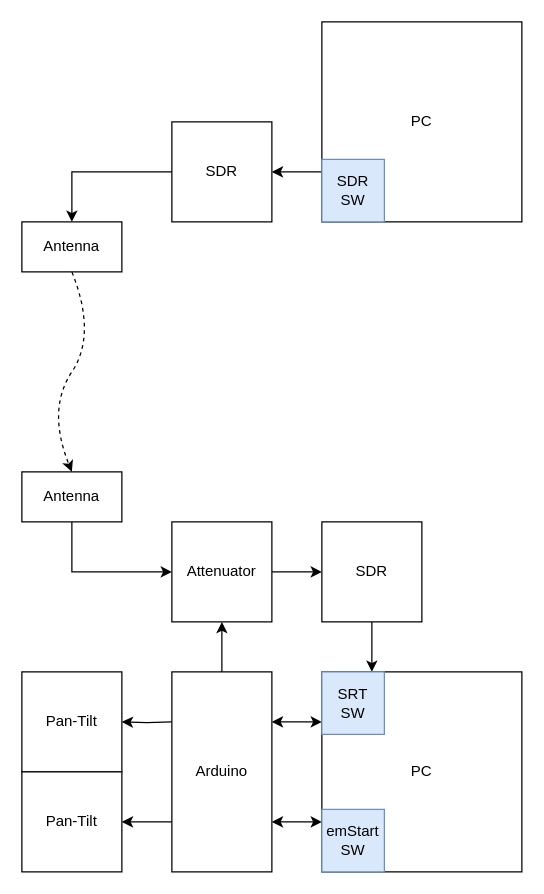
Before: docs/diagrams/bd.drawio in MatthewEGasper/emStart, a draw.io diagram. Source tidied: cells renumbered, new cells numbered last; positions are measured from the earlier drawing's top-left corner, leaving out a move shared by most shapes. Both pictures are drawn from the tidied source at 125%, with x=0, y=0 at pixel (21, 21).
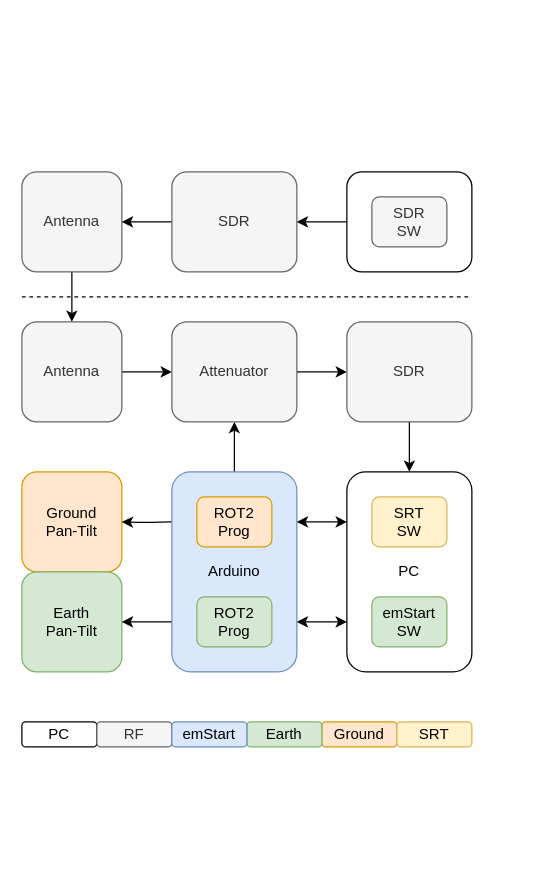
After the change.

Diff of the diagram source:
```diff
@@
-    <mxCell id="2" style="edgeStyle=orthogonalEdgeStyle;rounded=0;jettySize=auto;html=1;exitX=0.5;exitY=0;exitDx=0;exitDy=0;entryX=0.5;entryY=1;entryDx=0;entryDy=0;fontStyle=0;" parent="1" edge="1" source="21" target="16">
+    <mxCell id="2" style="edgeStyle=orthogonalEdgeStyle;rounded=1;jettySize=auto;html=1;exitX=0.5;exitY=0;exitDx=0;exitDy=0;entryX=0.5;entryY=1;entryDx=0;entryDy=0;fontStyle=0;" parent="1" edge="1" source="21" target="16">
       <mxGeometry relative="1" as="geometry" />
     </mxCell>
-    <mxCell id="3" style="edgeStyle=orthogonalEdgeStyle;rounded=0;jettySize=auto;html=1;exitX=0;exitY=0.25;exitDx=0;exitDy=0;entryX=1;entryY=0.5;entryDx=0;entryDy=0;strokeWidth=1;startArrow=classic;startFill=1;" parent="1" edge="1" source="5">
-      <mxGeometry relative="1" as="geometry">
-        <mxPoint x="200" y="560" as="targetPoint" />
-      </mxGeometry>
-    </mxCell>
-    <mxCell id="4" style="edgeStyle=orthogonalEdgeStyle;rounded=0;jettySize=auto;html=1;exitX=0;exitY=0.75;exitDx=0;exitDy=0;entryX=1;entryY=0.75;entryDx=0;entryDy=0;startArrow=classic;startFill=1;" parent="1" edge="1" source="5" target="21">
-      <mxGeometry relative="1" as="geometry" />
-    </mxCell>
-    <mxCell id="5" value="PC" style="rounded=0;whiteSpace=wrap;html=1;fontStyle=0;" parent="1" vertex="1">
-      <mxGeometry x="240" y="520" width="160" height="160" as="geometry" />
+    <mxCell id="5" value="PC" style="rounded=1;whiteSpace=wrap;html=1;fontStyle=0;" parent="1" vertex="1">
+      <mxGeometry x="260" y="360" width="100" height="160" as="geometry" />
     </mxCell>
-    <mxCell id="6" value="Pan-Tilt" style="rounded=0;whiteSpace=wrap;html=1;fontStyle=0;" parent="1" vertex="1">
-      <mxGeometry y="520" width="80" height="80" as="geometry" />
+    <mxCell id="6" value="Ground&lt;br&gt;Pan-Tilt" style="rounded=1;whiteSpace=wrap;html=1;fontStyle=0;fillColor=#ffe6cc;strokeColor=#d79b00;" parent="1" vertex="1">
+      <mxGeometry y="360" width="80" height="80" as="geometry" />
     </mxCell>
-    <mxCell id="7" value="Pan-Tilt" style="rounded=0;whiteSpace=wrap;html=1;fontStyle=0;" parent="1" vertex="1">
-      <mxGeometry y="600" width="80" height="80" as="geometry" />
+    <mxCell id="7" value="Earth&lt;br&gt;Pan-Tilt" style="rounded=1;whiteSpace=wrap;html=1;fontStyle=0;fillColor=#d5e8d4;strokeColor=#82b366;" parent="1" vertex="1">
+      <mxGeometry y="440" width="80" height="80" as="geometry" />
     </mxCell>
-    <mxCell id="8" style="rounded=0;jettySize=auto;html=1;exitX=0.5;exitY=1;exitDx=0;exitDy=0;entryX=0;entryY=0.5;entryDx=0;entryDy=0;fontStyle=0;edgeStyle=orthogonalEdgeStyle;" parent="1" edge="1" source="9" target="16">
-      <mxGeometry relative="1" as="geometry">
-        <Array as="points">
-          <mxPoint x="40" y="440" />
-        </Array>
-      </mxGeometry>
+    <mxCell id="8" style="edgeStyle=orthogonalEdgeStyle;rounded=1;jettySize=auto;html=1;exitX=1;exitY=0.5;exitDx=0;exitDy=0;entryX=0;entryY=0.5;entryDx=0;entryDy=0;" parent="1" edge="1" source="9" target="16">
+      <mxGeometry relative="1" as="geometry" />
     </mxCell>
-    <mxCell id="9" value="Antenna" style="rounded=0;whiteSpace=wrap;html=1;fontStyle=0;" parent="1" vertex="1">
-      <mxGeometry y="360" width="80" height="40" as="geometry" />
+    <mxCell id="9" value="Antenna" style="rounded=1;whiteSpace=wrap;html=1;fontStyle=0;fillColor=#f5f5f5;fontColor=#333333;strokeColor=#666666;" parent="1" vertex="1">
+      <mxGeometry y="240" width="80" height="80" as="geometry" />
     </mxCell>
+    <mxCell id="22" style="edgeStyle=orthogonalEdgeStyle;rounded=1;jettySize=auto;html=1;exitX=0.5;exitY=1;exitDx=0;exitDy=0;entryX=0.5;entryY=0;entryDx=0;entryDy=0;" parent="1" edge="1" source="10" target="9">
+      <mxGeometry relative="1" as="geometry" />
+    </mxCell>
-    <mxCell id="10" value="Antenna" style="rounded=0;whiteSpace=wrap;html=1;fontStyle=0;" parent="1" vertex="1">
-      <mxGeometry y="160" width="80" height="40" as="geometry" />
+    <mxCell id="10" value="Antenna" style="rounded=1;whiteSpace=wrap;html=1;fontStyle=0;fillColor=#f5f5f5;fontColor=#333333;strokeColor=#666666;" parent="1" vertex="1">
+      <mxGeometry y="120" width="80" height="80" as="geometry" />
     </mxCell>
-    <mxCell id="11" style="edgeStyle=orthogonalEdgeStyle;rounded=0;jettySize=auto;html=1;exitX=0;exitY=0.75;exitDx=0;exitDy=0;entryX=1;entryY=0.5;entryDx=0;entryDy=0;fontStyle=0;" parent="1" edge="1" source="12" target="14">
-      <mxGeometry relative="1" as="geometry" />
-    </mxCell>
-    <mxCell id="12" value="PC" style="rounded=0;whiteSpace=wrap;html=1;fontStyle=0;" parent="1" vertex="1">
-      <mxGeometry x="240" width="160" height="160" as="geometry" />
+    <mxCell id="12" style="rounded=1;whiteSpace=wrap;html=1;fontStyle=0;" parent="1" vertex="1">
+      <mxGeometry x="260" y="120" width="100" height="80" as="geometry" />
     </mxCell>
-    <mxCell id="13" style="edgeStyle=orthogonalEdgeStyle;rounded=0;jettySize=auto;html=1;exitX=0;exitY=0.5;exitDx=0;exitDy=0;entryX=0.5;entryY=0;entryDx=0;entryDy=0;fontStyle=0;" parent="1" edge="1" source="14" target="10">
+    <mxCell id="13" style="edgeStyle=orthogonalEdgeStyle;rounded=1;jettySize=auto;html=1;exitX=0;exitY=0.5;exitDx=0;exitDy=0;entryX=1;entryY=0.5;entryDx=0;entryDy=0;" parent="1" edge="1" source="14" target="10">
       <mxGeometry relative="1" as="geometry" />
     </mxCell>
-    <mxCell id="14" value="SDR" style="rounded=0;whiteSpace=wrap;html=1;fontStyle=0;" parent="1" vertex="1">
-      <mxGeometry x="120" y="80" width="80" height="80" as="geometry" />
+    <mxCell id="14" value="SDR" style="rounded=1;whiteSpace=wrap;html=1;fontStyle=0;fillColor=#f5f5f5;fontColor=#333333;strokeColor=#666666;" parent="1" vertex="1">
+      <mxGeometry x="120" y="120" width="100" height="80" as="geometry" />
     </mxCell>
-    <mxCell id="15" style="edgeStyle=orthogonalEdgeStyle;rounded=0;jettySize=auto;html=1;exitX=1;exitY=0.5;exitDx=0;exitDy=0;entryX=0;entryY=0.5;entryDx=0;entryDy=0;startArrow=none;startFill=0;strokeWidth=1;" parent="1" edge="1" source="16" target="18">
+    <mxCell id="15" style="edgeStyle=orthogonalEdgeStyle;rounded=1;jettySize=auto;html=1;exitX=1;exitY=0.5;exitDx=0;exitDy=0;entryX=0;entryY=0.5;entryDx=0;entryDy=0;startArrow=none;startFill=0;strokeWidth=1;" parent="1" edge="1" source="16" target="18">
       <mxGeometry relative="1" as="geometry" />
     </mxCell>
-    <mxCell id="16" value="Attenuator" style="rounded=0;whiteSpace=wrap;html=1;fontStyle=0;" parent="1" vertex="1">
-      <mxGeometry x="120" y="400" width="80" height="80" as="geometry" />
+    <mxCell id="16" value="Attenuator" style="rounded=1;whiteSpace=wrap;html=1;fontStyle=0;fillColor=#f5f5f5;fontColor=#333333;strokeColor=#666666;" parent="1" vertex="1">
+      <mxGeometry x="120" y="240" width="100" height="80" as="geometry" />
     </mxCell>
-    <mxCell id="17" style="edgeStyle=orthogonalEdgeStyle;rounded=0;jettySize=auto;html=1;exitX=0.5;exitY=1;exitDx=0;exitDy=0;entryX=0.25;entryY=0;entryDx=0;entryDy=0;startArrow=none;startFill=0;strokeWidth=1;" parent="1" edge="1" source="18" target="5">
+    <mxCell id="17" style="edgeStyle=orthogonalEdgeStyle;rounded=1;jettySize=auto;html=1;exitX=0.5;exitY=1;exitDx=0;exitDy=0;entryX=0.5;entryY=0;entryDx=0;entryDy=0;startArrow=none;startFill=0;strokeWidth=1;" parent="1" edge="1" source="18" target="5">
       <mxGeometry relative="1" as="geometry" />
     </mxCell>
-    <mxCell id="18" value="SDR" style="rounded=0;whiteSpace=wrap;html=1;fontStyle=0;" parent="1" vertex="1">
-      <mxGeometry x="240" y="400" width="80" height="80" as="geometry" />
+    <mxCell id="18" value="SDR" style="rounded=1;whiteSpace=wrap;html=1;fontStyle=0;fillColor=#f5f5f5;fontColor=#333333;strokeColor=#666666;" parent="1" vertex="1">
+      <mxGeometry x="260" y="240" width="100" height="80" as="geometry" />
     </mxCell>
-    <mxCell id="19" style="edgeStyle=orthogonalEdgeStyle;rounded=0;jettySize=auto;html=1;exitX=0;exitY=0.5;exitDx=0;exitDy=0;entryX=1;entryY=0.5;entryDx=0;entryDy=0;strokeWidth=1;" parent="1" edge="1" target="6">
+    <mxCell id="19" style="edgeStyle=orthogonalEdgeStyle;rounded=1;jettySize=auto;html=1;exitX=0;exitY=0.5;exitDx=0;exitDy=0;entryX=1;entryY=0.5;entryDx=0;entryDy=0;strokeWidth=1;" parent="1" edge="1" target="6">
       <mxGeometry relative="1" as="geometry">
-        <mxPoint x="120" y="560" as="sourcePoint" />
+        <mxPoint x="120" y="400" as="sourcePoint" />
       </mxGeometry>
     </mxCell>
-    <mxCell id="20" style="edgeStyle=orthogonalEdgeStyle;rounded=0;jettySize=auto;html=1;exitX=0;exitY=0.75;exitDx=0;exitDy=0;entryX=1;entryY=0.5;entryDx=0;entryDy=0;startArrow=none;startFill=0;" parent="1" edge="1" source="21" target="7">
+    <mxCell id="20" style="edgeStyle=orthogonalEdgeStyle;rounded=1;jettySize=auto;html=1;exitX=0;exitY=0.75;exitDx=0;exitDy=0;entryX=1;entryY=0.5;entryDx=0;entryDy=0;startArrow=none;startFill=0;" parent="1" edge="1" source="21" target="7">
       <mxGeometry relative="1" as="geometry" />
     </mxCell>
-    <mxCell id="21" value="Arduino" style="rounded=0;whiteSpace=wrap;html=1;fontStyle=0;" parent="1" vertex="1">
-      <mxGeometry x="120" y="520" width="80" height="160" as="geometry" />
+    <mxCell id="21" value="Arduino" style="rounded=1;whiteSpace=wrap;html=1;fontStyle=0;fillColor=#dae8fc;strokeColor=#6c8ebf;" parent="1" vertex="1">
+      <mxGeometry x="120" y="360" width="100" height="160" as="geometry" />
     </mxCell>
-    <mxCell id="22" style="curved=1;endArrow=classic;html=1;rounded=0;strokeWidth=1;exitX=0.5;exitY=1;exitDx=0;exitDy=0;entryX=0.5;entryY=0;entryDx=0;entryDy=0;dashed=1;" parent="1" edge="1" source="10" target="9">
-      <mxGeometry relative="1" as="geometry">
-        <Array as="points">
-          <mxPoint x="60" y="250" />
-          <mxPoint x="20" y="310" />
-        </Array>
-      </mxGeometry>
-    </mxCell>
-    <mxCell id="23" value="SRT&lt;br&gt;SW" style="rounded=0;whiteSpace=wrap;html=1;fillColor=#dae8fc;strokeColor=#6c8ebf;" parent="1" vertex="1">
-      <mxGeometry x="240" y="520" width="50" height="50" as="geometry" />
+    <mxCell id="23" value="SRT&lt;br&gt;SW" style="rounded=1;whiteSpace=wrap;html=1;fillColor=#fff2cc;strokeColor=#d6b656;" parent="1" vertex="1">
+      <mxGeometry x="280" y="380" width="60" height="40" as="geometry" />
     </mxCell>
+    <mxCell id="11" style="edgeStyle=orthogonalEdgeStyle;rounded=1;jettySize=auto;html=1;entryX=1;entryY=0.5;entryDx=0;entryDy=0;fontStyle=0;exitX=0;exitY=0.5;exitDx=0;exitDy=0;" parent="1" edge="1" source="12" target="14">
+      <mxGeometry relative="1" as="geometry" />
+    </mxCell>
-    <mxCell id="24" value="emStart&lt;br&gt;SW" style="rounded=0;whiteSpace=wrap;html=1;fillColor=#dae8fc;strokeColor=#6c8ebf;" parent="1" vertex="1">
-      <mxGeometry x="240" y="630" width="50" height="50" as="geometry" />
+    <mxCell id="24" value="emStart&lt;br&gt;SW" style="rounded=1;whiteSpace=wrap;html=1;fillColor=#d5e8d4;strokeColor=#82b366;" parent="1" vertex="1">
+      <mxGeometry x="280" y="460" width="60" height="40" as="geometry" />
     </mxCell>
+    <mxCell id="3" style="edgeStyle=orthogonalEdgeStyle;rounded=1;jettySize=auto;html=1;entryX=1;entryY=0.25;entryDx=0;entryDy=0;strokeWidth=1;startArrow=classic;startFill=1;exitX=0;exitY=0.25;exitDx=0;exitDy=0;" parent="1" edge="1" source="5" target="21">
+      <mxGeometry relative="1" as="geometry" />
+    </mxCell>
+    <mxCell id="4" style="edgeStyle=orthogonalEdgeStyle;rounded=1;jettySize=auto;html=1;entryX=1;entryY=0.75;entryDx=0;entryDy=0;startArrow=classic;startFill=1;exitX=0;exitY=0.75;exitDx=0;exitDy=0;" parent="1" edge="1" source="5" target="21">
+      <mxGeometry relative="1" as="geometry" />
+    </mxCell>
+    <mxCell id="26" value="PC" style="rounded=1;whiteSpace=wrap;html=1;" parent="1" vertex="1">
+      <mxGeometry y="560" width="60" height="20" as="geometry" />
+    </mxCell>
+    <mxCell id="27" value="RF" style="rounded=1;whiteSpace=wrap;html=1;fillColor=#f5f5f5;fontColor=#333333;strokeColor=#666666;" parent="1" vertex="1">
+      <mxGeometry x="60" y="560" width="60" height="20" as="geometry" />
+    </mxCell>
+    <mxCell id="28" value="Ground" style="rounded=1;whiteSpace=wrap;html=1;fillColor=#ffe6cc;strokeColor=#d79b00;" parent="1" vertex="1">
+      <mxGeometry x="240" y="560" width="60" height="20" as="geometry" />
+    </mxCell>
-    <mxCell id="25" value="SDR&lt;br&gt;SW" style="rounded=0;whiteSpace=wrap;html=1;fillColor=#dae8fc;strokeColor=#6c8ebf;" parent="1" vertex="1">
-      <mxGeometry x="240" y="110" width="50" height="50" as="geometry" />
+    <mxCell id="25" value="SDR&lt;br&gt;SW" style="rounded=1;whiteSpace=wrap;html=1;fillColor=#f5f5f5;strokeColor=#666666;fontColor=#333333;" parent="1" vertex="1">
+      <mxGeometry x="280" y="140" width="60" height="40" as="geometry" />
     </mxCell>
+    <mxCell id="29" value="Earth" style="rounded=1;whiteSpace=wrap;html=1;fillColor=#d5e8d4;strokeColor=#82b366;" parent="1" vertex="1">
+      <mxGeometry x="180" y="560" width="60" height="20" as="geometry" />
+    </mxCell>
+    <mxCell id="30" value="ROT2&lt;br&gt;Prog" style="rounded=1;whiteSpace=wrap;html=1;fillColor=#ffe6cc;strokeColor=#d79b00;" parent="1" vertex="1">
+      <mxGeometry x="140" y="380" width="60" height="40" as="geometry" />
+    </mxCell>
+    <mxCell id="31" value="ROT2&lt;br&gt;Prog" style="rounded=1;whiteSpace=wrap;html=1;fillColor=#d5e8d4;strokeColor=#82b366;" parent="1" vertex="1">
+      <mxGeometry x="140" y="460" width="60" height="40" as="geometry" />
+    </mxCell>
+    <mxCell id="32" value="SRT" style="rounded=1;whiteSpace=wrap;html=1;fillColor=#fff2cc;strokeColor=#d6b656;" parent="1" vertex="1">
+      <mxGeometry x="300" y="560" width="60" height="20" as="geometry" />
+    </mxCell>
+    <mxCell id="33" value="emStart" style="rounded=1;whiteSpace=wrap;html=1;fillColor=#dae8fc;strokeColor=#6c8ebf;" parent="1" vertex="1">
+      <mxGeometry x="120" y="560" width="60" height="20" as="geometry" />
+    </mxCell>
+    <mxCell id="34" style="endArrow=none;dashed=1;html=1;strokeWidth=1;rounded=1;strokeColor=default;" parent="1" edge="1">
+      <mxGeometry relative="1" as="geometry">
+        <mxPoint y="220" as="sourcePoint" />
+        <mxPoint x="360" y="220" as="targetPoint" />
+      </mxGeometry>
+    </mxCell>
```
